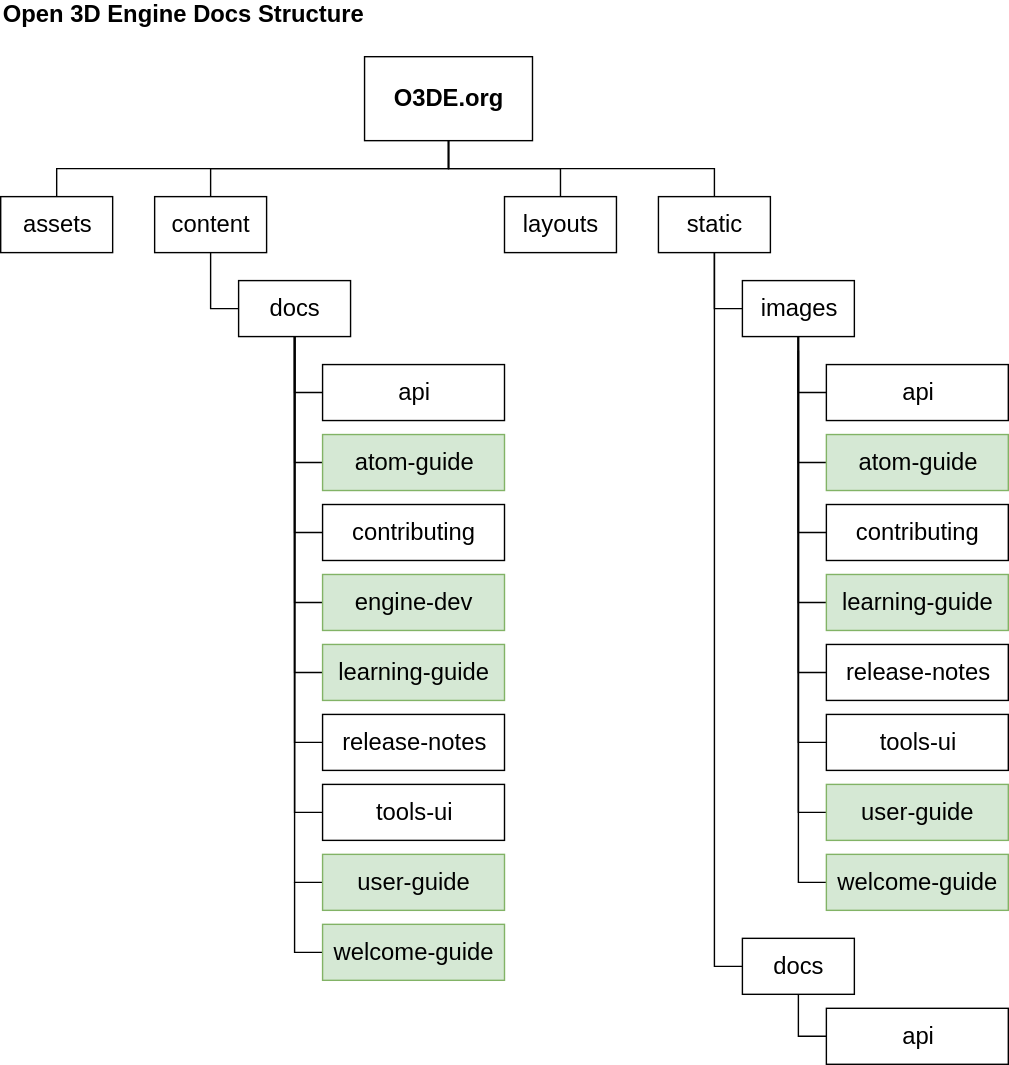
Before: static/images/contributing/to-docs/o3de-directory-structure.svg, a diagram exported from draw.io (o3de/o3de.org). Source tidied: cells renumbered, new cells last; positions are measured from the earlier drawing's top-left corner, leaving out a move shared by most shapes.
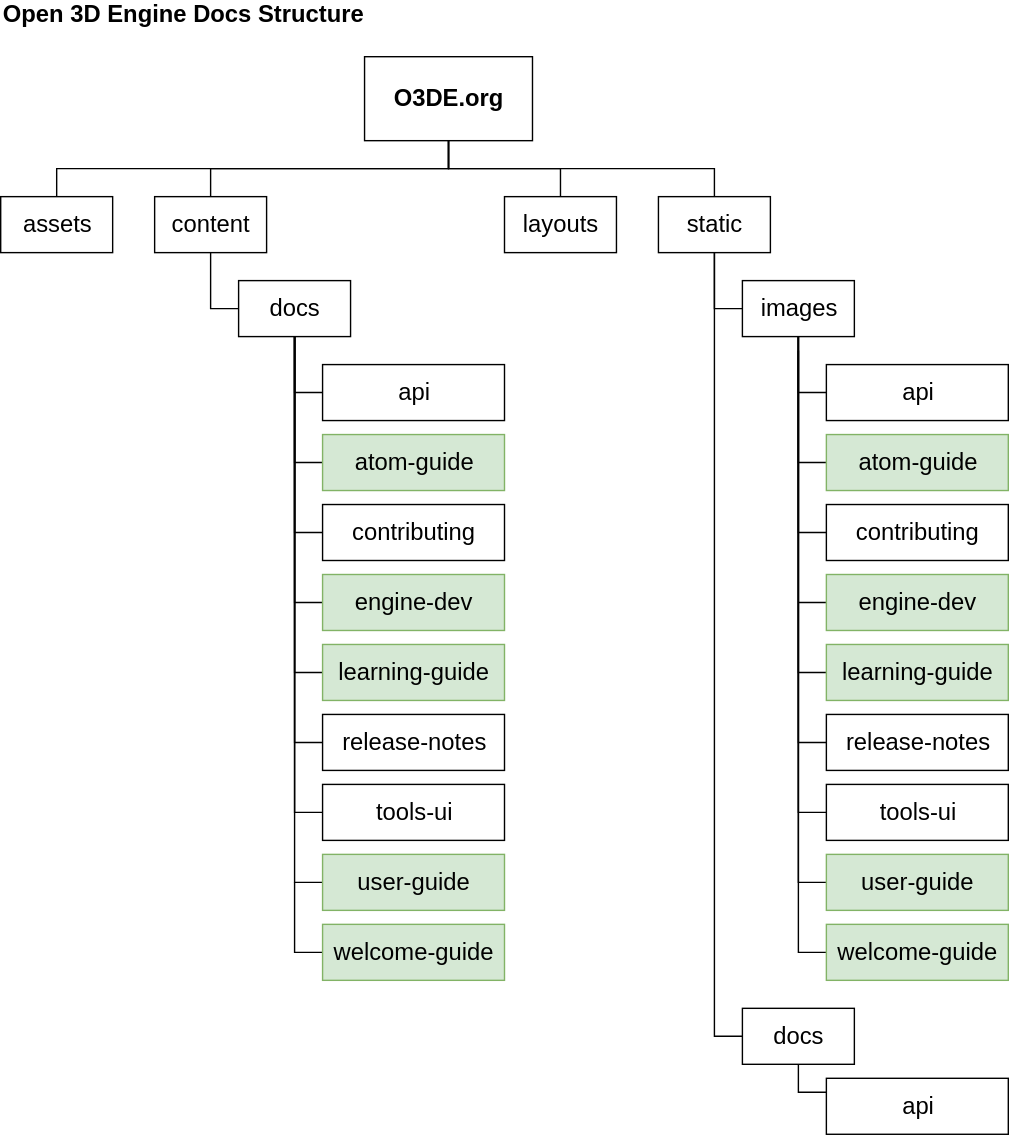
The same file after the commit.

Commit message:
Add engine-dev images directory to diagram

What changed in the source:
```diff
@@ -122,7 +122,7 @@
       </mxGeometry>
     </mxCell>
     <mxCell id="39" value="learning-guide" style="rounded=0;whiteSpace=wrap;html=1;fontFamily=Helvetica;fontSize=17;fillColor=#d5e8d4;strokeColor=#82b366;" parent="1" vertex="1">
-      <mxGeometry x="590" y="410" width="130" height="40" as="geometry" />
+      <mxGeometry x="590" y="460" width="130" height="40" as="geometry" />
     </mxCell>
     <mxCell id="40" style="edgeStyle=orthogonalEdgeStyle;rounded=0;jettySize=auto;html=1;exitX=0;exitY=0.5;exitDx=0;exitDy=0;fontFamily=Helvetica;fontSize=17;startArrow=none;startFill=0;endArrow=none;endFill=0;strokeColor=#000000;" parent="1" edge="1" source="41">
       <mxGeometry relative="1" as="geometry">
@@ -130,7 +130,7 @@
       </mxGeometry>
     </mxCell>
     <mxCell id="41" value="release-notes" style="rounded=0;whiteSpace=wrap;html=1;fontFamily=Helvetica;fontSize=17;" parent="1" vertex="1">
-      <mxGeometry x="590" y="460" width="130" height="40" as="geometry" />
+      <mxGeometry x="590" y="510" width="130" height="40" as="geometry" />
     </mxCell>
     <mxCell id="42" style="edgeStyle=orthogonalEdgeStyle;rounded=0;jettySize=auto;html=1;exitX=0;exitY=0.5;exitDx=0;exitDy=0;fontFamily=Helvetica;fontSize=17;startArrow=none;startFill=0;endArrow=none;endFill=0;strokeColor=#000000;" parent="1" edge="1" source="43">
       <mxGeometry relative="1" as="geometry">
@@ -138,19 +138,19 @@
       </mxGeometry>
     </mxCell>
     <mxCell id="43" value="tools-ui" style="rounded=0;whiteSpace=wrap;html=1;fontFamily=Helvetica;fontSize=17;" parent="1" vertex="1">
-      <mxGeometry x="590" y="510" width="130" height="40" as="geometry" />
+      <mxGeometry x="590" y="560" width="130" height="40" as="geometry" />
     </mxCell>
     <mxCell id="44" style="edgeStyle=orthogonalEdgeStyle;rounded=0;jettySize=auto;html=1;exitX=0;exitY=0.5;exitDx=0;exitDy=0;entryX=0.5;entryY=1;entryDx=0;entryDy=0;fontFamily=Helvetica;fontSize=17;startArrow=none;startFill=0;endArrow=none;endFill=0;strokeColor=#000000;" parent="1" edge="1" source="45" target="34">
       <mxGeometry relative="1" as="geometry" />
     </mxCell>
     <mxCell id="45" value="user-guide" style="rounded=0;whiteSpace=wrap;html=1;fontFamily=Helvetica;fontSize=17;fillColor=#d5e8d4;strokeColor=#82b366;" parent="1" vertex="1">
-      <mxGeometry x="590" y="560" width="130" height="40" as="geometry" />
+      <mxGeometry x="590" y="610" width="130" height="40" as="geometry" />
     </mxCell>
     <mxCell id="46" style="edgeStyle=orthogonalEdgeStyle;rounded=0;jettySize=auto;html=1;exitX=0;exitY=0.5;exitDx=0;exitDy=0;entryX=0.5;entryY=1;entryDx=0;entryDy=0;fontFamily=Helvetica;fontSize=17;startArrow=none;startFill=0;endArrow=none;endFill=0;strokeColor=#000000;" parent="1" edge="1" source="47" target="34">
       <mxGeometry relative="1" as="geometry" />
     </mxCell>
     <mxCell id="47" value="welcome-guide" style="rounded=0;whiteSpace=wrap;html=1;fontFamily=Helvetica;fontSize=17;fillColor=#d5e8d4;strokeColor=#82b366;" parent="1" vertex="1">
-      <mxGeometry x="590" y="610" width="130" height="40" as="geometry" />
+      <mxGeometry x="590" y="660" width="130" height="40" as="geometry" />
     </mxCell>
     <mxCell id="48" style="edgeStyle=orthogonalEdgeStyle;rounded=0;jettySize=auto;html=1;exitX=0;exitY=0.5;exitDx=0;exitDy=0;entryX=0.5;entryY=1;entryDx=0;entryDy=0;fontFamily=Helvetica;fontSize=17;startArrow=none;startFill=0;endArrow=none;endFill=0;strokeColor=#000000;" parent="1" edge="1" source="49" target="34">
       <mxGeometry relative="1" as="geometry" />
@@ -159,7 +159,7 @@
       <mxGeometry x="590" y="310" width="130" height="40" as="geometry" />
     </mxCell>
     <mxCell id="50" value="docs" style="rounded=0;whiteSpace=wrap;html=1;fontFamily=Helvetica;fontSize=17;" parent="1" vertex="1">
-      <mxGeometry x="530" y="670" width="80" height="40" as="geometry" />
+      <mxGeometry x="530" y="720" width="80" height="40" as="geometry" />
     </mxCell>
     <mxCell id="51" value="engine-dev" style="rounded=0;whiteSpace=wrap;html=1;fontFamily=Helvetica;fontSize=17;fillColor=#d5e8d4;strokeColor=#82b366;" parent="1" vertex="1">
       <mxGeometry x="230" y="410" width="130" height="40" as="geometry" />
@@ -167,12 +167,20 @@
     <mxCell id="52" style="edgeStyle=orthogonalEdgeStyle;rounded=0;html=1;endArrow=none;endFill=0;jettySize=auto;strokeColor=#000000;entryX=0.5;entryY=1;entryDx=0;entryDy=0;" parent="1" edge="1" source="53" target="50">
       <mxGeometry relative="1" as="geometry">
         <Array as="points">
-          <mxPoint x="570" y="740" />
+          <mxPoint x="570" y="780" />
         </Array>
       </mxGeometry>
     </mxCell>
     <mxCell id="53" value="api" style="rounded=0;whiteSpace=wrap;html=1;fontFamily=Helvetica;fontSize=17;" parent="1" vertex="1">
-      <mxGeometry x="590" y="720" width="130" height="40" as="geometry" />
+      <mxGeometry x="590" y="770" width="130" height="40" as="geometry" />
     </mxCell>
+    <mxCell id="54" style="edgeStyle=orthogonalEdgeStyle;rounded=0;html=1;jettySize=auto;endArrow=none;endFill=0;" parent="1" edge="1" source="55">
+      <mxGeometry relative="1" as="geometry">
+        <mxPoint x="570" y="430" as="targetPoint" />
+      </mxGeometry>
+    </mxCell>
+    <mxCell id="55" value="engine-dev" style="rounded=0;whiteSpace=wrap;html=1;fontFamily=Helvetica;fontSize=17;fillColor=#d5e8d4;strokeColor=#82b366;" parent="1" vertex="1">
+      <mxGeometry x="590" y="410" width="130" height="40" as="geometry" />
+    </mxCell>
   </root>
 </mxGraphModel>
```
